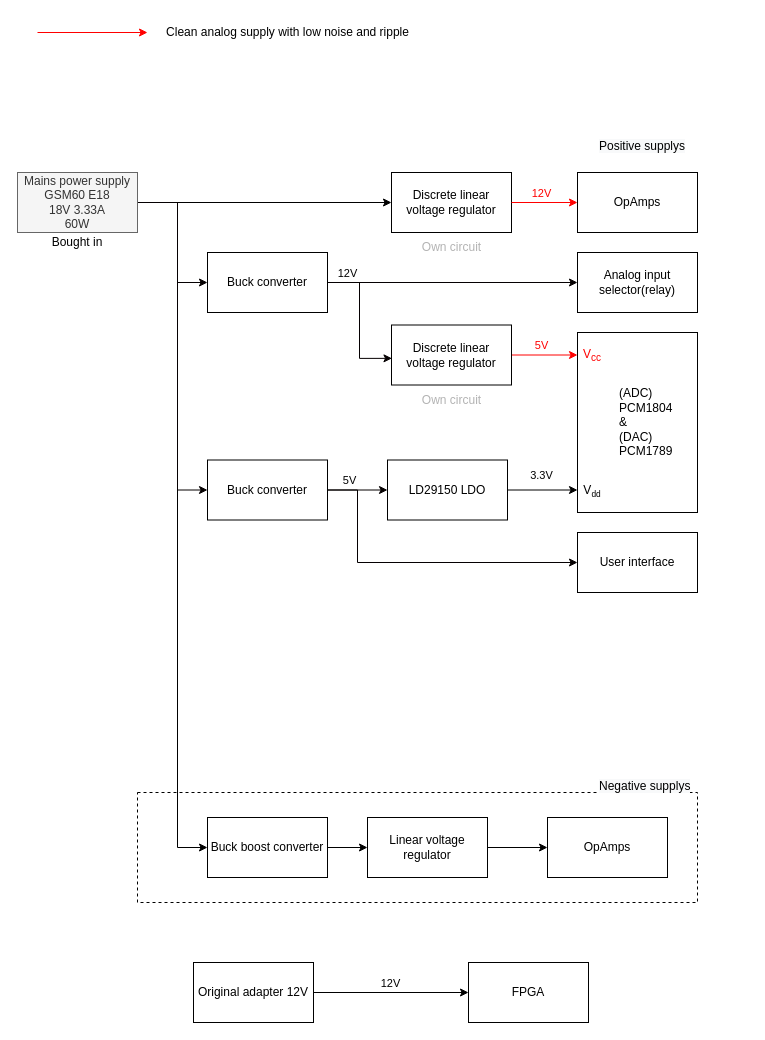
Earlier version of the draw.io diagram Block diagrams/System design/Power supply.drawio (HeinVerhallen/Audio-DSP). Source tidied: cells renumbered, new cells numbered last; positions are measured from the earlier drawing's top-left corner, leaving out a move shared by most shapes. Both pictures are drawn from the tidied source at 100%, with x=0, y=0 at pixel (17, 17).
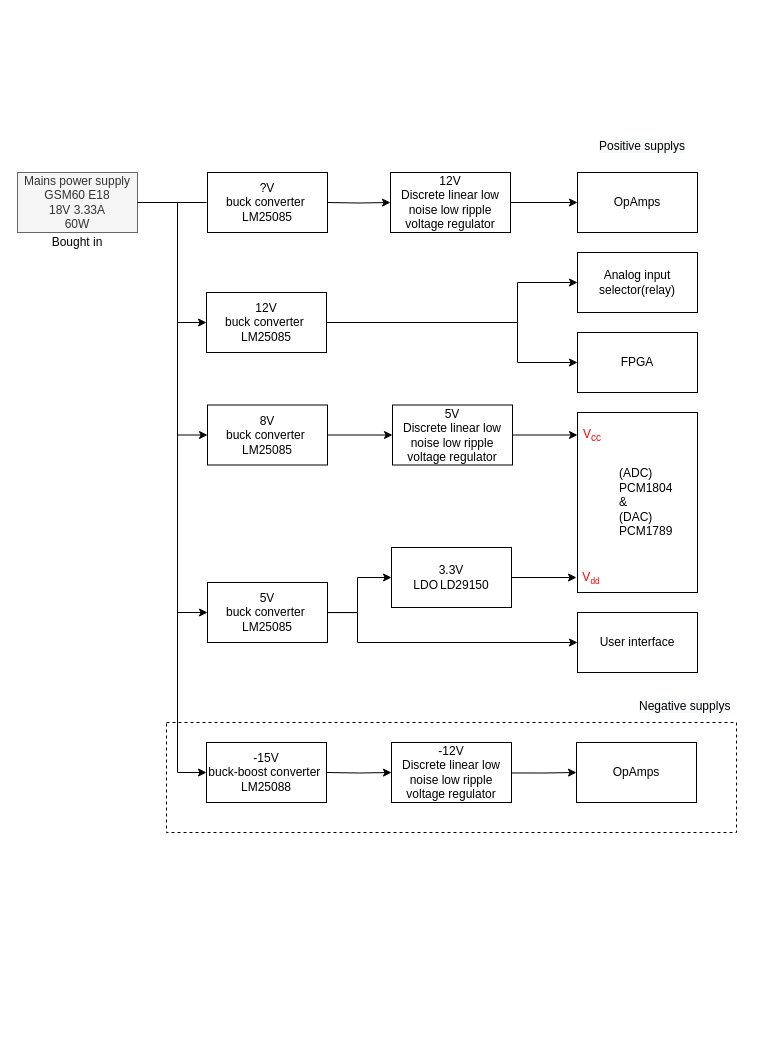
After the change.

Commit message (it also covers changes not shown here):
Power supply changes

The change refers to these unchanged cells:
```xml
<mxCell id="7" value="Mains power supply&lt;br&gt;GSM60 E18&lt;br&gt;18V 3.33A&lt;br&gt;60W" style="rounded=0;whiteSpace=wrap;html=1;fillColor=#f5f5f5;strokeColor=#666666;fontColor=#333333;" parent="1" vertex="1">
  <mxGeometry y="155" width="120" height="60" as="geometry" />
</mxCell>
<mxCell id="9" value="OpAmps" style="rounded=0;whiteSpace=wrap;html=1;" parent="1" vertex="1">
  <mxGeometry x="560" y="155" width="120" height="60" as="geometry" />
</mxCell>
<mxCell id="19" value="Analog input selector(relay)" style="rounded=0;whiteSpace=wrap;html=1;" parent="1" vertex="1">
  <mxGeometry x="560" y="235" width="120" height="60" as="geometry" />
</mxCell>
```

Change to the diagram source:
```diff
@@
     <mxCell id="2" style="rounded=0;whiteSpace=wrap;html=1;dashed=1;" parent="1" vertex="1">
-      <mxGeometry x="120" y="775" width="560" height="110" as="geometry" />
+      <mxGeometry x="149" y="705" width="570" height="110" as="geometry" />
     </mxCell>
-    <mxCell id="3" style="edgeStyle=orthogonalEdgeStyle;rounded=0;jettySize=auto;html=1;" parent="1" edge="1" source="7" target="8">
-      <mxGeometry relative="1" as="geometry" />
+    <mxCell id="3" style="edgeStyle=orthogonalEdgeStyle;rounded=0;jettySize=auto;html=1;startArrow=none;entryX=0;entryY=0.5;entryDx=0;entryDy=0;" parent="1" edge="1" target="55">
+      <mxGeometry relative="1" as="geometry">
+        <mxPoint x="309" y="185" as="sourcePoint" />
+      </mxGeometry>
     </mxCell>
-    <mxCell id="4" style="edgeStyle=orthogonalEdgeStyle;rounded=0;jettySize=auto;html=1;exitX=1;exitY=0.5;exitDx=0;exitDy=0;entryX=0;entryY=0.5;entryDx=0;entryDy=0;" parent="1" edge="1" source="7" target="21">
+    <mxCell id="4" style="edgeStyle=orthogonalEdgeStyle;rounded=0;jettySize=auto;html=1;exitX=1;exitY=0.5;exitDx=0;exitDy=0;entryX=0;entryY=0.5;entryDx=0;entryDy=0;" parent="1" edge="1" source="7">
       <mxGeometry relative="1" as="geometry">
+        <mxPoint x="189" y="755" as="targetPoint" />
         <Array as="points">
           <mxPoint x="160" y="185" />
-          <mxPoint x="160" y="830" />
+          <mxPoint x="160" y="755" />
         </Array>
       </mxGeometry>
     </mxCell>
     <mxCell id="5" style="edgeStyle=orthogonalEdgeStyle;rounded=0;jettySize=auto;html=1;entryX=0;entryY=0.5;entryDx=0;entryDy=0;strokeColor=#050001;fontColor=default;" parent="1" edge="1" source="7" target="16">
       <mxGeometry relative="1" as="geometry">
         <Array as="points">
           <mxPoint x="160" y="185" />
-          <mxPoint x="160" y="265" />
+          <mxPoint x="160" y="305" />
         </Array>
       </mxGeometry>
     </mxCell>
-    <mxCell id="6" style="edgeStyle=orthogonalEdgeStyle;rounded=0;jettySize=auto;html=1;entryX=0;entryY=0.5;entryDx=0;entryDy=0;strokeColor=#050001;fontColor=default;" parent="1" edge="1" source="7" target="47">
+    <mxCell id="6" style="edgeStyle=orthogonalEdgeStyle;rounded=0;jettySize=auto;html=1;entryX=0;entryY=0.5;entryDx=0;entryDy=0;strokeColor=#050001;fontColor=default;" parent="1" edge="1" source="7" target="57">
       <mxGeometry relative="1" as="geometry">
         <Array as="points">
           <mxPoint x="160" y="185" />
-          <mxPoint x="160" y="473" />
+          <mxPoint x="160" y="595" />
+          <mxPoint x="189" y="595" />
         </Array>
       </mxGeometry>
     </mxCell>
+    <mxCell id="48" style="edgeStyle=orthogonalEdgeStyle;rounded=0;jettySize=auto;html=1;entryX=0;entryY=0.5;entryDx=0;entryDy=0;" parent="1" edge="1" source="7" target="56">
+      <mxGeometry relative="1" as="geometry">
+        <Array as="points">
+          <mxPoint x="160" y="185" />
+          <mxPoint x="160" y="418" />
+        </Array>
+      </mxGeometry>
+    </mxCell>
@@
-    <mxCell id="8" value="Discrete linear voltage regulator" style="rounded=0;whiteSpace=wrap;html=1;" parent="1" vertex="1">
-      <mxGeometry x="374" y="155" width="120" height="60" as="geometry" />
-    </mxCell>
@@
-    <mxCell id="10" style="edgeStyle=orthogonalEdgeStyle;rounded=0;jettySize=auto;html=1;entryX=0;entryY=0.5;entryDx=0;entryDy=0;fillColor=#f8cecc;strokeColor=#FF0000;fontColor=#FF0000;" parent="1" edge="1" source="12" target="29">
+    <mxCell id="10" style="edgeStyle=orthogonalEdgeStyle;rounded=0;jettySize=auto;html=1;" parent="1" edge="1" source="12" target="29">
       <mxGeometry relative="1" as="geometry" />
     </mxCell>
-    <mxCell id="11" value="5V" style="edgeLabel;html=1;align=center;verticalAlign=middle;fontColor=#FF0000;" parent="10" vertex="1">
-      <mxGeometry x="-0.13" relative="1" as="geometry">
-        <mxPoint y="-10" as="offset" />
-      </mxGeometry>
-    </mxCell>
-    <mxCell id="12" value="Discrete linear voltage regulator" style="rounded=0;whiteSpace=wrap;html=1;" parent="1" vertex="1">
-      <mxGeometry x="374" y="307.5" width="120" height="60" as="geometry" />
+    <mxCell id="12" value="5V &lt;br&gt;Discrete linear low noise low ripple voltage regulator" style="rounded=0;whiteSpace=wrap;html=1;" parent="1" vertex="1">
+      <mxGeometry x="375" y="387.5" width="120" height="60" as="geometry" />
     </mxCell>
     <mxCell id="13" style="edgeStyle=orthogonalEdgeStyle;rounded=0;jettySize=auto;html=1;strokeColor=#050001;fontColor=default;entryX=0;entryY=0.5;entryDx=0;entryDy=0;" parent="1" edge="1" source="16" target="19">
-      <mxGeometry relative="1" as="geometry" />
+      <mxGeometry relative="1" as="geometry">
+        <Array as="points">
+          <mxPoint x="500" y="305" />
+          <mxPoint x="500" y="265" />
+        </Array>
+      </mxGeometry>
     </mxCell>
-    <mxCell id="14" value="12V" style="edgeLabel;html=1;align=center;verticalAlign=middle;fontColor=default;" parent="13" vertex="1">
-      <mxGeometry x="-0.81" y="-2" relative="1" as="geometry">
-        <mxPoint x="-5" y="-12" as="offset" />
-      </mxGeometry>
-    </mxCell>
-    <mxCell id="15" style="edgeStyle=orthogonalEdgeStyle;rounded=0;jettySize=auto;html=1;entryX=0.004;entryY=0.556;entryDx=0;entryDy=0;entryPerimeter=0;strokeColor=#050001;fontColor=default;" parent="1" edge="1" source="16" target="12">
-      <mxGeometry relative="1" as="geometry" />
-    </mxCell>
+    <mxCell id="49" style="edgeStyle=orthogonalEdgeStyle;rounded=0;jettySize=auto;html=1;entryX=0;entryY=0.5;entryDx=0;entryDy=0;" parent="1" edge="1" source="16" target="17">
+      <mxGeometry relative="1" as="geometry">
+        <Array as="points">
+          <mxPoint x="500" y="305" />
+          <mxPoint x="500" y="345" />
+        </Array>
+      </mxGeometry>
+    </mxCell>
-    <mxCell id="16" value="Buck converter" style="rounded=0;whiteSpace=wrap;html=1;" parent="1" vertex="1">
-      <mxGeometry x="190" y="235" width="120" height="60" as="geometry" />
+    <mxCell id="16" value="12V &lt;br&gt;buck converter&amp;nbsp; LM25085" style="rounded=0;whiteSpace=wrap;html=1;" parent="1" vertex="1">
+      <mxGeometry x="189" y="275" width="120" height="60" as="geometry" />
     </mxCell>
     <mxCell id="17" value="FPGA" style="rounded=0;whiteSpace=wrap;html=1;" parent="1" vertex="1">
-      <mxGeometry x="451" y="945" width="120" height="60" as="geometry" />
+      <mxGeometry x="560" y="315" width="120" height="60" as="geometry" />
     </mxCell>
     <mxCell id="18" value="User interface" style="rounded=0;whiteSpace=wrap;html=1;" parent="1" vertex="1">
-      <mxGeometry x="560" y="515" width="120" height="60" as="geometry" />
+      <mxGeometry x="560" y="595" width="120" height="60" as="geometry" />
     </mxCell>
@@
-    <mxCell id="20" style="edgeStyle=orthogonalEdgeStyle;rounded=0;jettySize=auto;html=1;" parent="1" edge="1" source="21" target="23">
-      <mxGeometry relative="1" as="geometry" />
+    <mxCell id="20" style="edgeStyle=orthogonalEdgeStyle;rounded=0;jettySize=auto;html=1;entryX=0;entryY=0.5;entryDx=0;entryDy=0;" parent="1" edge="1" target="60">
+      <mxGeometry relative="1" as="geometry">
+        <mxPoint x="309" y="755" as="sourcePoint" />
+      </mxGeometry>
     </mxCell>
-    <mxCell id="21" value="Buck boost converter" style="rounded=0;whiteSpace=wrap;html=1;" parent="1" vertex="1">
-      <mxGeometry x="190" y="800" width="120" height="60" as="geometry" />
-    </mxCell>
-    <mxCell id="22" style="edgeStyle=orthogonalEdgeStyle;rounded=0;jettySize=auto;html=1;" parent="1" edge="1" source="23" target="24">
-      <mxGeometry relative="1" as="geometry" />
-    </mxCell>
-    <mxCell id="23" value="Linear voltage regulator" style="rounded=0;whiteSpace=wrap;html=1;" parent="1" vertex="1">
-      <mxGeometry x="350" y="800" width="120" height="60" as="geometry" />
-    </mxCell>
+    <mxCell id="50" style="edgeStyle=orthogonalEdgeStyle;rounded=0;jettySize=auto;html=1;exitX=1.002;exitY=0.508;exitDx=0;exitDy=0;exitPerimeter=0;" parent="1" edge="1" source="60" target="24">
+      <mxGeometry relative="1" as="geometry" />
+    </mxCell>
     <mxCell id="24" value="OpAmps" style="rounded=0;whiteSpace=wrap;html=1;" parent="1" vertex="1">
-      <mxGeometry x="530" y="800" width="120" height="60" as="geometry" />
+      <mxGeometry x="559" y="725" width="120" height="60" as="geometry" />
     </mxCell>
@@
     <mxCell id="27" value="&lt;span style=&quot;color: rgb(0 , 0 , 0) ; font-family: &amp;#34;helvetica&amp;#34; ; font-size: 12px ; font-style: normal ; font-weight: 400 ; letter-spacing: normal ; text-align: center ; text-indent: 0px ; text-transform: none ; word-spacing: 0px ; background-color: rgb(248 , 249 , 250) ; display: inline ; float: none&quot;&gt;Negative supplys&lt;/span&gt;" style="text;whiteSpace=wrap;html=1;" parent="1" vertex="1">
-      <mxGeometry x="580" y="755" width="110" height="30" as="geometry" />
+      <mxGeometry x="620" y="675" width="110" height="30" as="geometry" />
     </mxCell>
     <mxCell id="28" value="&lt;blockquote style=&quot;margin: 0 0 0 40px; border: none; padding: 0px;&quot;&gt;&lt;p style=&quot;line-height: 120%;&quot;&gt;(ADC) PCM1804 &lt;br&gt;&amp;amp; &lt;br&gt;(DAC) PCM1789&lt;/p&gt;&lt;/blockquote&gt;" style="rounded=0;whiteSpace=wrap;html=1;shadow=0;fillColor=none;align=left;" parent="1" vertex="1">
-      <mxGeometry x="560" y="315" width="120" height="180" as="geometry" />
+      <mxGeometry x="560" y="395" width="120" height="180" as="geometry" />
     </mxCell>
     <mxCell id="29" value="V&lt;sub&gt;cc&lt;/sub&gt;" style="rounded=0;whiteSpace=wrap;html=1;shadow=0;dashed=1;fontColor=#FF0000;fillColor=none;strokeColor=none;" parent="1" vertex="1">
-      <mxGeometry x="560" y="315" width="30" height="45" as="geometry" />
+      <mxGeometry x="560" y="395" width="30" height="45" as="geometry" />
     </mxCell>
-    <mxCell id="30" value="V&lt;span style=&quot;font-size: 10px;&quot;&gt;&lt;sub&gt;dd&lt;/sub&gt;&lt;/span&gt;" style="rounded=0;whiteSpace=wrap;html=1;shadow=0;dashed=1;fillColor=none;strokeColor=none;" parent="1" vertex="1">
-      <mxGeometry x="560" y="450" width="30" height="45" as="geometry" />
-    </mxCell>
-    <mxCell id="31" style="edgeStyle=orthogonalEdgeStyle;rounded=0;jettySize=auto;html=1;entryX=0;entryY=0.5;entryDx=0;entryDy=0;strokeColor=#000000;fontColor=#FF0000;" parent="1" edge="1" source="33" target="30">
+    <mxCell id="31" style="edgeStyle=orthogonalEdgeStyle;rounded=0;jettySize=auto;html=1;" parent="1" edge="1" source="33" target="30">
       <mxGeometry relative="1" as="geometry" />
     </mxCell>
-    <mxCell id="32" value="3.3V" style="edgeLabel;html=1;align=center;verticalAlign=middle;fontColor=#000000;" parent="31" vertex="1">
-      <mxGeometry x="-0.18" y="-1" relative="1" as="geometry">
-        <mxPoint x="4" y="-16" as="offset" />
-      </mxGeometry>
-    </mxCell>
-    <mxCell id="33" value="LD29150 LDO" style="rounded=0;whiteSpace=wrap;html=1;" parent="1" vertex="1">
-      <mxGeometry x="370" y="442.5" width="120" height="60" as="geometry" />
+    <mxCell id="33" value="3.3V &lt;br&gt;LDO&lt;span style=&quot;white-space: pre;&quot;&gt;&#9;&lt;/span&gt;LD29150" style="rounded=0;whiteSpace=wrap;html=1;" parent="1" vertex="1">
+      <mxGeometry x="374" y="530" width="120" height="60" as="geometry" />
     </mxCell>
-    <mxCell id="34" value="Own circuit" style="text;html=1;align=center;verticalAlign=middle;strokeColor=none;fillColor=none;shadow=1;fontColor=#B3B3B3;" parent="1" vertex="1">
-      <mxGeometry x="394" y="215" width="80" height="30" as="geometry" />
-    </mxCell>
-    <mxCell id="35" style="edgeStyle=orthogonalEdgeStyle;rounded=0;jettySize=auto;html=1;entryX=0;entryY=0.5;entryDx=0;entryDy=0;fontColor=default;" parent="1" edge="1" source="37" target="17">
-      <mxGeometry relative="1" as="geometry" />
-    </mxCell>
-    <mxCell id="36" value="12V" style="edgeLabel;html=1;align=center;verticalAlign=middle;fontColor=default;" parent="35" vertex="1">
-      <mxGeometry x="0.16" y="-2" relative="1" as="geometry">
-        <mxPoint x="-14" y="-12" as="offset" />
-      </mxGeometry>
-    </mxCell>
-    <mxCell id="37" value="&lt;font&gt;Original adapter 12V&lt;/font&gt;" style="whiteSpace=wrap;html=1;shadow=0;fontColor=default;fillColor=none;" parent="1" vertex="1">
-      <mxGeometry x="176" y="945" width="120" height="60" as="geometry" />
-    </mxCell>
-    <mxCell id="38" style="edgeStyle=orthogonalEdgeStyle;rounded=0;orthogonalLoop=1;jettySize=auto;html=1;entryX=0;entryY=0.5;entryDx=0;entryDy=0;fillColor=#f8cecc;strokeColor=#FF0000;fontColor=#FF0000;" parent="1" edge="1">
-      <mxGeometry relative="1" as="geometry">
-        <mxPoint x="20" y="15" as="sourcePoint" />
-        <mxPoint x="130" y="15" as="targetPoint" />
-      </mxGeometry>
-    </mxCell>
-    <mxCell id="39" value="Clean analog supply with low noise and ripple" style="text;html=1;align=center;verticalAlign=middle;strokeColor=none;fillColor=none;fontColor=default;" parent="1" vertex="1">
-      <mxGeometry x="135" width="270" height="30" as="geometry" />
-    </mxCell>
-    <mxCell id="40" style="edgeStyle=orthogonalEdgeStyle;rounded=0;jettySize=auto;html=1;entryX=0;entryY=0.5;entryDx=0;entryDy=0;fillColor=#f8cecc;strokeColor=#FF0000;fontColor=#FF0000;exitX=1;exitY=0.5;exitDx=0;exitDy=0;" parent="1" edge="1" source="8" target="9">
-      <mxGeometry relative="1" as="geometry" />
-    </mxCell>
-    <mxCell id="41" value="12V" style="edgeLabel;html=1;align=center;verticalAlign=middle;fontColor=#FF0000;" parent="40" vertex="1">
-      <mxGeometry x="-0.13" relative="1" as="geometry">
-        <mxPoint y="-10" as="offset" />
-      </mxGeometry>
-    </mxCell>
-    <mxCell id="42" value="Own circuit" style="text;html=1;align=center;verticalAlign=middle;strokeColor=none;fillColor=none;shadow=1;fontColor=#B3B3B3;" parent="1" vertex="1">
-      <mxGeometry x="394" y="367.5" width="80" height="30" as="geometry" />
-    </mxCell>
@@
-    <mxCell id="44" style="edgeStyle=orthogonalEdgeStyle;rounded=0;jettySize=auto;html=1;entryX=0;entryY=0.5;entryDx=0;entryDy=0;strokeColor=#050001;fontColor=default;" parent="1" edge="1" source="47" target="33">
-      <mxGeometry relative="1" as="geometry" />
+    <mxCell id="44" style="edgeStyle=orthogonalEdgeStyle;rounded=0;jettySize=auto;html=1;entryX=0;entryY=0.5;entryDx=0;entryDy=0;strokeColor=#050001;fontColor=default;exitX=1.003;exitY=0.501;exitDx=0;exitDy=0;exitPerimeter=0;" parent="1" edge="1" source="57" target="33">
+      <mxGeometry relative="1" as="geometry">
+        <Array as="points">
+          <mxPoint x="340" y="595" />
+          <mxPoint x="340" y="560" />
+        </Array>
+      </mxGeometry>
     </mxCell>
-    <mxCell id="45" value="5V" style="edgeLabel;html=1;align=center;verticalAlign=middle;fontColor=default;" parent="44" vertex="1">
-      <mxGeometry x="-0.48" y="-2" relative="1" as="geometry">
-        <mxPoint x="5" y="-12" as="offset" />
-      </mxGeometry>
-    </mxCell>
-    <mxCell id="46" style="edgeStyle=orthogonalEdgeStyle;rounded=0;jettySize=auto;html=1;entryX=0;entryY=0.5;entryDx=0;entryDy=0;strokeColor=#050001;fontColor=default;" parent="1" edge="1" source="47" target="18">
-      <mxGeometry relative="1" as="geometry">
-        <Array as="points">
-          <mxPoint x="340" y="473" />
-          <mxPoint x="340" y="545" />
-        </Array>
-      </mxGeometry>
-    </mxCell>
-    <mxCell id="47" value="Buck converter" style="rounded=0;whiteSpace=wrap;html=1;" parent="1" vertex="1">
-      <mxGeometry x="190" y="442.5" width="120" height="60" as="geometry" />
-    </mxCell>
+    <mxCell id="51" style="edgeStyle=orthogonalEdgeStyle;rounded=0;jettySize=auto;html=1;entryX=0;entryY=0.5;entryDx=0;entryDy=0;" parent="1" edge="1" source="57" target="18">
+      <mxGeometry relative="1" as="geometry">
+        <Array as="points">
+          <mxPoint x="340" y="595" />
+          <mxPoint x="340" y="625" />
+        </Array>
+      </mxGeometry>
+    </mxCell>
+    <mxCell id="52" style="edgeStyle=orthogonalEdgeStyle;rounded=0;jettySize=auto;html=1;endArrow=none;" parent="1" edge="1" source="7">
+      <mxGeometry relative="1" as="geometry">
+        <mxPoint x="189" y="185" as="targetPoint" />
+      </mxGeometry>
+    </mxCell>
+    <mxCell id="53" style="edgeStyle=orthogonalEdgeStyle;rounded=0;jettySize=auto;html=1;entryX=0;entryY=0.5;entryDx=0;entryDy=0;exitX=1;exitY=0.5;exitDx=0;exitDy=0;" parent="1" edge="1" source="56" target="12">
+      <mxGeometry relative="1" as="geometry" />
+    </mxCell>
+    <mxCell id="30" value="V&lt;span style=&quot;font-size: 10px;&quot;&gt;&lt;sub&gt;dd&lt;/sub&gt;&lt;/span&gt;" style="rounded=0;whiteSpace=wrap;html=1;shadow=0;dashed=1;fontColor=#FF0000;fillColor=none;strokeColor=none;" parent="1" vertex="1">
+      <mxGeometry x="559" y="537.5" width="30" height="45" as="geometry" />
+    </mxCell>
+    <mxCell id="54" style="edgeStyle=orthogonalEdgeStyle;rounded=0;jettySize=auto;html=1;entryX=0;entryY=0.5;entryDx=0;entryDy=0;" parent="1" edge="1" source="55" target="9">
+      <mxGeometry relative="1" as="geometry" />
+    </mxCell>
+    <mxCell id="55" value="12V &lt;br&gt;Discrete linear low noise low ripple voltage regulator" style="rounded=0;whiteSpace=wrap;html=1;" parent="1" vertex="1">
+      <mxGeometry x="373" y="155" width="120" height="60" as="geometry" />
+    </mxCell>
+    <mxCell id="56" value="8V &lt;br&gt;buck converter&amp;nbsp; LM25085" style="rounded=0;whiteSpace=wrap;html=1;" parent="1" vertex="1">
+      <mxGeometry x="190" y="387.5" width="120" height="60" as="geometry" />
+    </mxCell>
+    <mxCell id="57" value="5V &lt;br&gt;buck converter&amp;nbsp; LM25085" style="rounded=0;whiteSpace=wrap;html=1;" parent="1" vertex="1">
+      <mxGeometry x="190" y="565" width="120" height="60" as="geometry" />
+    </mxCell>
+    <mxCell id="58" value="?V &lt;br&gt;buck converter&amp;nbsp; LM25085" style="rounded=0;whiteSpace=wrap;html=1;" parent="1" vertex="1">
+      <mxGeometry x="190" y="155" width="120" height="60" as="geometry" />
+    </mxCell>
+    <mxCell id="59" value="-15V &lt;br&gt;buck-boost converter&amp;nbsp; LM25088" style="rounded=0;whiteSpace=wrap;html=1;" parent="1" vertex="1">
+      <mxGeometry x="189" y="725" width="120" height="60" as="geometry" />
+    </mxCell>
+    <mxCell id="60" value="-12V &lt;br&gt;Discrete linear low noise low ripple voltage regulator" style="rounded=0;whiteSpace=wrap;html=1;" parent="1" vertex="1">
+      <mxGeometry x="374" y="725" width="120" height="60" as="geometry" />
+    </mxCell>
```
